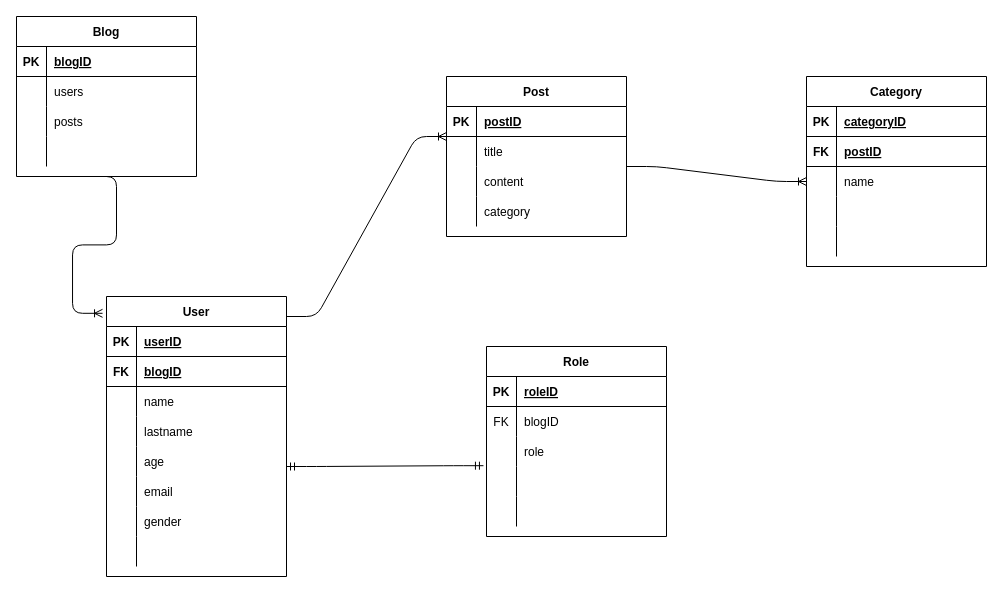
Before: diagram.drawio in AndreaIglio/php-oop-2, a draw.io diagram. Source tidied: cells renumbered, new cells numbered last; positions are measured from the earlier drawing's top-left corner, leaving out a move shared by most shapes. Both pictures are drawn from the tidied source at 100%, with x=0, y=0 at pixel (16, 16).
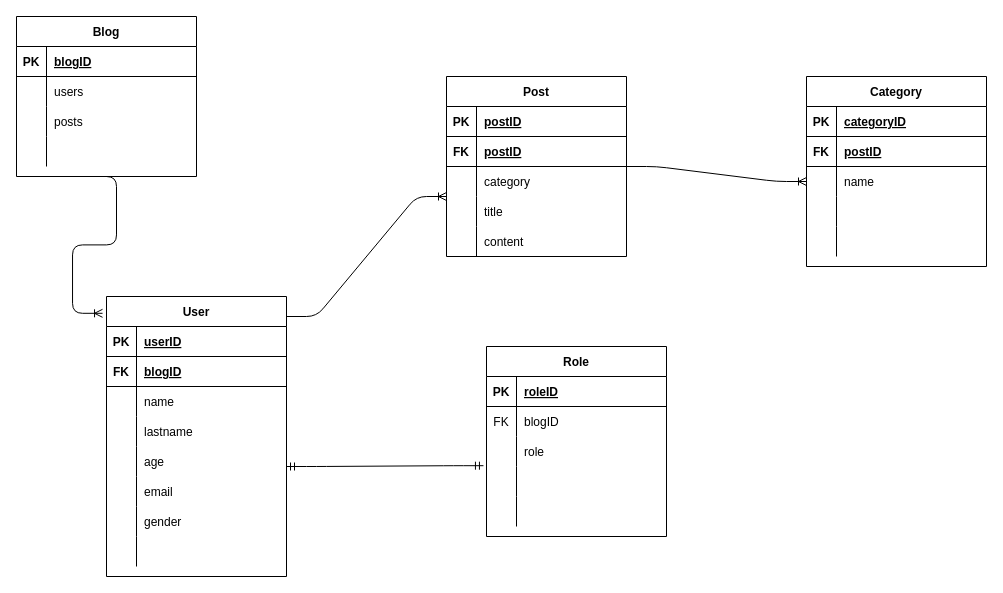
After the change.

Commit message (it also covers changes not shown here):
Imported the last update of our diagram entity relationship

What changed in the source:
```diff
@@
     <mxCell id="58" value="Post" style="shape=table;startSize=30;childLayout=tableLayout;rowLines=0;fontStyle=1;align=center;" parent="1" vertex="1">
-      <mxGeometry x="430" y="60" width="180" height="160" as="geometry" />
+      <mxGeometry x="430" y="60" width="180" height="180" as="geometry" />
     </mxCell>
@@
+    <mxCell id="89" style="shape=partialRectangle;fillColor=none;top=0;left=0;bottom=1;right=0;" parent="58" vertex="1">
+      <mxGeometry y="60" width="180" height="30" as="geometry" />
+    </mxCell>
+    <mxCell id="90" value="FK" style="shape=partialRectangle;fillColor=none;top=0;left=0;bottom=0;right=0;fontStyle=1;overflow=hidden;" parent="89" vertex="1">
+      <mxGeometry width="30" height="30" as="geometry" />
+    </mxCell>
+    <mxCell id="91" value="postID" style="shape=partialRectangle;fillColor=none;top=0;left=0;bottom=0;right=0;align=left;spacingLeft=6;fontStyle=5;overflow=hidden;" parent="89" vertex="1">
+      <mxGeometry x="30" width="150" height="30" as="geometry" />
+    </mxCell>
+    <mxCell id="68" style="shape=partialRectangle;fillColor=none;top=0;left=0;bottom=0;right=0;" parent="58" vertex="1">
+      <mxGeometry y="90" width="180" height="30" as="geometry" />
+    </mxCell>
+    <mxCell id="69" style="shape=partialRectangle;fillColor=none;top=0;left=0;bottom=0;right=0;overflow=hidden;" parent="68" vertex="1">
+      <mxGeometry width="30" height="30" as="geometry" />
+    </mxCell>
+    <mxCell id="70" value="category" style="shape=partialRectangle;fillColor=none;top=0;left=0;bottom=0;right=0;align=left;spacingLeft=6;overflow=hidden;" parent="68" vertex="1">
+      <mxGeometry x="30" width="150" height="30" as="geometry" />
+    </mxCell>
     <mxCell id="62" style="shape=partialRectangle;fillColor=none;top=0;left=0;bottom=0;right=0;points=[[0,0.5],[1,0.5]];portConstraint=eastwest;" parent="58" vertex="1">
-      <mxGeometry y="60" width="180" height="30" as="geometry" />
+      <mxGeometry y="120" width="180" height="30" as="geometry" />
     </mxCell>
@@
     <mxCell id="65" style="shape=partialRectangle;fillColor=none;top=0;left=0;bottom=0;right=0;" parent="58" vertex="1">
-      <mxGeometry y="90" width="180" height="30" as="geometry" />
+      <mxGeometry y="150" width="180" height="30" as="geometry" />
     </mxCell>
@@
-    <mxCell id="68" style="shape=partialRectangle;fillColor=none;top=0;left=0;bottom=0;right=0;" parent="58" vertex="1">
-      <mxGeometry y="120" width="180" height="30" as="geometry" />
-    </mxCell>
-    <mxCell id="69" style="shape=partialRectangle;fillColor=none;top=0;left=0;bottom=0;right=0;overflow=hidden;" parent="68" vertex="1">
-      <mxGeometry width="30" height="30" as="geometry" />
-    </mxCell>
-    <mxCell id="70" value="category" style="shape=partialRectangle;fillColor=none;top=0;left=0;bottom=0;right=0;align=left;spacingLeft=6;overflow=hidden;" parent="68" vertex="1">
-      <mxGeometry x="30" width="150" height="30" as="geometry" />
-    </mxCell>
```
